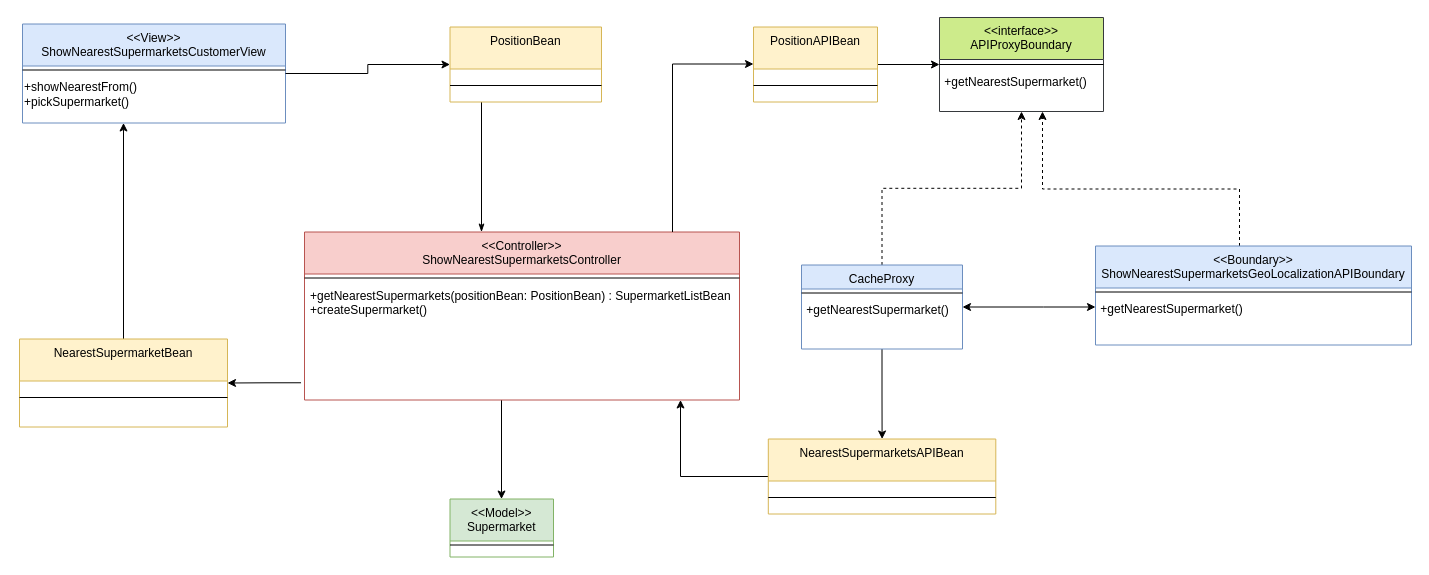
The draw.io diagram docx&pdf/ClassDiagram_BCE/DESIGN_ShowNearestSupermarket.drawio in FredHats99/HealthyCart, before the edit. Source tidied: cells renumbered, new cells numbered last; positions are measured from the earlier drawing's top-left corner, leaving out a move shared by most shapes. Both pictures are drawn from the tidied source at 100%, with x=0, y=0 at pixel (19, 17).
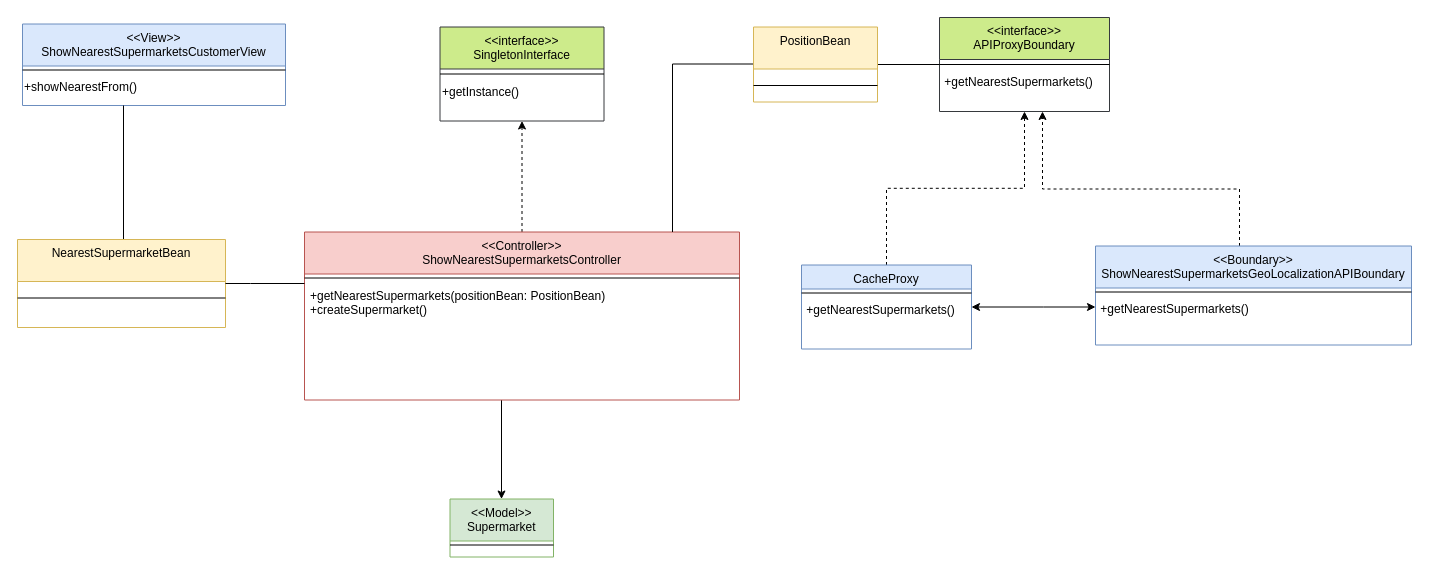
The same diagram, later.

The change refers to these unchanged cells:
```xml
<mxCell id="5" value="&lt;&lt;Controller&gt;&gt;&#10;ShowNearestSupermarketsController&#10;" style="swimlane;fontStyle=0;align=center;verticalAlign=top;horizontal=1;startSize=42;rounded=0;shadow=0;strokeWidth=1;fillColor=#f8cecc;strokeColor=#b85450;" parent="1" vertex="1">
  <mxGeometry x="285" y="214.5" width="435" height="168" as="geometry" />
</mxCell>
<mxCell id="12" value="&lt;&lt;Boundary&gt;&gt;&#10;ShowNearestSupermarketsGeoLocalizationAPIBoundary" style="swimlane;fontStyle=0;align=center;verticalAlign=top;horizontal=1;startSize=42;rounded=0;shadow=0;strokeWidth=1;fillColor=#dae8fc;strokeColor=#6c8ebf;" parent="1" vertex="1">
  <mxGeometry x="1076" y="228.5" width="316" height="99" as="geometry" />
</mxCell>
```

Diff of the diagram source:
```diff
@@
+    <mxCell id="39" style="edgeStyle=orthogonalEdgeStyle;rounded=0;jettySize=auto;html=1;dashed=1;" parent="1" edge="1" source="5" target="40">
+      <mxGeometry relative="1" as="geometry" />
+    </mxCell>
@@
-    <mxCell id="7" value="+getNearestSupermarkets(positionBean: PositionBean) : SupermarketListBean&#10;+createSupermarket()&#10;" style="text;align=left;verticalAlign=top;spacingLeft=4;spacingRight=4;overflow=hidden;points=[[0,0.5],[1,0.5]];portConstraint=eastwest;" parent="5" vertex="1">
+    <mxCell id="7" value="+getNearestSupermarkets(positionBean: PositionBean) &#10;+createSupermarket()&#10;" style="text;align=left;verticalAlign=top;spacingLeft=4;spacingRight=4;overflow=hidden;points=[[0,0.5],[1,0.5]];portConstraint=eastwest;" parent="5" vertex="1">
       <mxGeometry y="50" width="435" height="118" as="geometry" />
     </mxCell>
     <mxCell id="8" value="&lt;&lt;View&gt;&gt;&#10;ShowNearestSupermarketsCustomerView&#10;" style="swimlane;fontStyle=0;align=center;verticalAlign=top;horizontal=1;startSize=42;rounded=0;shadow=0;strokeWidth=1;fillColor=#dae8fc;strokeColor=#6c8ebf;" parent="1" vertex="1">
-      <mxGeometry x="3" y="6.5" width="263" height="99" as="geometry" />
+      <mxGeometry x="3" y="6.5" width="263" height="81.5" as="geometry" />
     </mxCell>
@@
-    <mxCell id="10" value="+showNearestFrom()&lt;br&gt;+pickSupermarket()" style="text;html=1;align=left;verticalAlign=middle;strokeColor=none;fillColor=none;" parent="8" vertex="1">
-      <mxGeometry y="50" width="263" height="41" as="geometry" />
+    <mxCell id="10" value="+showNearestFrom()" style="text;html=1;align=left;verticalAlign=middle;strokeColor=none;fillColor=none;" parent="8" vertex="1">
+      <mxGeometry y="50" width="263" height="26" as="geometry" />
     </mxCell>
@@
-    <mxCell id="14" value="&amp;nbsp;+getNearestSupermarket()" style="text;html=1;align=left;verticalAlign=middle;strokeColor=none;fillColor=none;" parent="12" vertex="1">
+    <mxCell id="14" value="&amp;nbsp;+getNearestSupermarkets()" style="text;html=1;align=left;verticalAlign=middle;strokeColor=none;fillColor=none;" parent="12" vertex="1">
       <mxGeometry y="50" width="316" height="26" as="geometry" />
     </mxCell>
-    <mxCell id="15" style="edgeStyle=orthogonalEdgeStyle;rounded=0;jettySize=auto;html=1;endArrow=classic;endFill=1;" parent="1" edge="1" source="16" target="8">
+    <mxCell id="15" style="edgeStyle=orthogonalEdgeStyle;rounded=0;jettySize=auto;html=1;endArrow=none;endFill=0;" parent="1" edge="1" source="16" target="8">
       <mxGeometry relative="1" as="geometry">
         <Array as="points">
           <mxPoint x="104" y="143.5" />
           <mxPoint x="104" y="143.5" />
         </Array>
       </mxGeometry>
     </mxCell>
     <mxCell id="16" value="NearestSupermarketBean" style="swimlane;fontStyle=0;align=center;verticalAlign=top;horizontal=1;startSize=42;rounded=0;shadow=0;strokeWidth=1;fillColor=#fff2cc;strokeColor=#d6b656;" parent="1" vertex="1">
-      <mxGeometry y="321.5" width="208" height="88" as="geometry" />
+      <mxGeometry x="-2" y="222" width="208" height="88" as="geometry" />
     </mxCell>
@@
-    <mxCell id="18" style="edgeStyle=orthogonalEdgeStyle;rounded=0;jettySize=auto;html=1;startArrow=none;startFill=0;exitX=-0.008;exitY=0.854;exitDx=0;exitDy=0;exitPerimeter=0;" parent="1" edge="1" source="7" target="16">
-      <mxGeometry relative="1" as="geometry" />
+    <mxCell id="18" style="edgeStyle=orthogonalEdgeStyle;rounded=0;jettySize=auto;html=1;startArrow=none;startFill=0;endArrow=none;endFill=0;" parent="1" edge="1" source="7" target="16">
+      <mxGeometry relative="1" as="geometry">
+        <Array as="points">
+          <mxPoint x="231" y="266" />
+          <mxPoint x="231" y="266" />
+        </Array>
+      </mxGeometry>
     </mxCell>
-    <mxCell id="19" style="edgeStyle=orthogonalEdgeStyle;rounded=0;jettySize=auto;html=1;startArrow=none;startFill=0;endArrow=classicThin;endFill=1;" parent="1" edge="1" source="20" target="5">
-      <mxGeometry relative="1" as="geometry">
-        <Array as="points">
-          <mxPoint x="462" y="188.5" />
-          <mxPoint x="462" y="188.5" />
-        </Array>
-      </mxGeometry>
-    </mxCell>
-    <mxCell id="20" value="PositionBean" style="swimlane;fontStyle=0;align=center;verticalAlign=top;horizontal=1;startSize=42;rounded=0;shadow=0;strokeWidth=1;fillColor=#fff2cc;strokeColor=#d6b656;" parent="1" vertex="1">
-      <mxGeometry x="430.5" y="9.5" width="151.5" height="75" as="geometry" />
-    </mxCell>
-    <mxCell id="21" style="line;html=1;strokeWidth=1;align=left;verticalAlign=middle;spacingTop=-1;spacingLeft=3;spacingRight=3;labelPosition=right;" parent="20" vertex="1">
-      <mxGeometry y="42" width="151.5" height="33" as="geometry" />
-    </mxCell>
-    <mxCell id="22" style="edgeStyle=orthogonalEdgeStyle;rounded=0;jettySize=auto;html=1;entryX=0;entryY=0.5;entryDx=0;entryDy=0;endArrow=classic;endFill=1;" parent="1" edge="1" source="8" target="20">
-      <mxGeometry relative="1" as="geometry" />
-    </mxCell>
     <mxCell id="23" value="&lt;&lt;interface&gt;&gt;&#10;APIProxyBoundary" style="swimlane;fontStyle=0;align=center;verticalAlign=top;horizontal=1;startSize=42;rounded=0;shadow=0;strokeWidth=1;fillColor=#cdeb8b;strokeColor=#36393d;" parent="1" vertex="1">
-      <mxGeometry x="920" width="164" height="94" as="geometry" />
+      <mxGeometry x="920" width="170" height="94" as="geometry" />
     </mxCell>
     <mxCell id="24" style="line;html=1;strokeWidth=1;align=left;verticalAlign=middle;spacingTop=-1;spacingLeft=3;spacingRight=3;labelPosition=right;" parent="23" vertex="1">
-      <mxGeometry y="42" width="164" height="10" as="geometry" />
+      <mxGeometry y="42" width="170" height="10" as="geometry" />
     </mxCell>
-    <mxCell id="25" value="&amp;nbsp;+getNearestSupermarket()" style="text;html=1;align=left;verticalAlign=middle;strokeColor=none;fillColor=none;" parent="23" vertex="1">
-      <mxGeometry y="52" width="164" height="26" as="geometry" />
+    <mxCell id="25" value="&amp;nbsp;+getNearestSupermarkets()" style="text;html=1;align=left;verticalAlign=middle;strokeColor=none;fillColor=none;" parent="23" vertex="1">
+      <mxGeometry y="52" width="170" height="26" as="geometry" />
     </mxCell>
@@
-    <mxCell id="27" style="edgeStyle=orthogonalEdgeStyle;rounded=0;jettySize=auto;html=1;startArrow=none;startFill=0;endArrow=classic;endFill=1;" parent="1" edge="1" source="28" target="37">
-      <mxGeometry relative="1" as="geometry" />
-    </mxCell>
     <mxCell id="28" value="CacheProxy" style="swimlane;fontStyle=0;align=center;verticalAlign=top;horizontal=1;startSize=24;rounded=0;shadow=0;strokeWidth=1;fillColor=#dae8fc;strokeColor=#6c8ebf;" parent="1" vertex="1">
-      <mxGeometry x="782" y="247.5" width="161" height="84" as="geometry" />
+      <mxGeometry x="782" y="247.5" width="170" height="84" as="geometry" />
     </mxCell>
     <mxCell id="29" style="line;html=1;strokeWidth=1;align=left;verticalAlign=middle;spacingTop=-1;spacingLeft=3;spacingRight=3;labelPosition=right;" parent="28" vertex="1">
-      <mxGeometry y="24" width="161" height="8" as="geometry" />
+      <mxGeometry y="24" width="170" height="8" as="geometry" />
     </mxCell>
-    <mxCell id="30" value="&amp;nbsp;+getNearestSupermarket()" style="text;html=1;align=left;verticalAlign=middle;strokeColor=none;fillColor=none;" parent="28" vertex="1">
-      <mxGeometry y="32" width="161" height="26" as="geometry" />
+    <mxCell id="30" value="&amp;nbsp;+getNearestSupermarkets()" style="text;html=1;align=left;verticalAlign=middle;strokeColor=none;fillColor=none;" parent="28" vertex="1">
+      <mxGeometry y="32" width="170" height="26" as="geometry" />
     </mxCell>
@@
-    <mxCell id="32" style="edgeStyle=orthogonalEdgeStyle;rounded=0;jettySize=auto;html=1;" parent="1" edge="1" source="5" target="34">
+    <mxCell id="32" style="edgeStyle=orthogonalEdgeStyle;rounded=0;jettySize=auto;html=1;endArrow=none;endFill=0;" parent="1" edge="1" source="5" target="34">
       <mxGeometry relative="1" as="geometry">
         <Array as="points">
           <mxPoint x="653" y="46.5" />
           <mxPoint x="748" y="46.5" />
         </Array>
       </mxGeometry>
     </mxCell>
-    <mxCell id="33" style="edgeStyle=orthogonalEdgeStyle;rounded=0;jettySize=auto;html=1;startArrow=none;startFill=0;endArrow=classic;endFill=1;" parent="1" edge="1" source="34" target="23">
+    <mxCell id="33" style="edgeStyle=orthogonalEdgeStyle;rounded=0;jettySize=auto;html=1;startArrow=none;startFill=0;endArrow=none;endFill=0;" parent="1" edge="1" source="34" target="23">
       <mxGeometry relative="1" as="geometry" />
     </mxCell>
-    <mxCell id="34" value="PositionAPIBean" style="swimlane;fontStyle=0;align=center;verticalAlign=top;horizontal=1;startSize=42;rounded=0;shadow=0;strokeWidth=1;fillColor=#fff2cc;strokeColor=#d6b656;" parent="1" vertex="1">
+    <mxCell id="34" value="PositionBean" style="swimlane;fontStyle=0;align=center;verticalAlign=top;horizontal=1;startSize=42;rounded=0;shadow=0;strokeWidth=1;fillColor=#fff2cc;strokeColor=#d6b656;" parent="1" vertex="1">
       <mxGeometry x="734" y="9.5" width="124" height="75" as="geometry" />
     </mxCell>
@@
-    <mxCell id="36" style="edgeStyle=orthogonalEdgeStyle;rounded=0;jettySize=auto;html=1;startArrow=none;startFill=0;endArrow=classic;endFill=1;" parent="1" edge="1" source="37" target="5">
-      <mxGeometry relative="1" as="geometry">
-        <Array as="points">
-          <mxPoint x="661" y="458.5" />
-        </Array>
-      </mxGeometry>
-    </mxCell>
-    <mxCell id="37" value="NearestSupermarketsAPIBean" style="swimlane;fontStyle=0;align=center;verticalAlign=top;horizontal=1;startSize=42;rounded=0;shadow=0;strokeWidth=1;fillColor=#fff2cc;strokeColor=#d6b656;" parent="1" vertex="1">
-      <mxGeometry x="748.8" y="421.5" width="227.5" height="75" as="geometry" />
-    </mxCell>
-    <mxCell id="38" style="line;html=1;strokeWidth=1;align=left;verticalAlign=middle;spacingTop=-1;spacingLeft=3;spacingRight=3;labelPosition=right;" parent="37" vertex="1">
-      <mxGeometry y="42" width="227.5" height="33" as="geometry" />
-    </mxCell>
+    <mxCell id="40" value="&lt;&lt;interface&gt;&gt;&#10;SingletonInterface" style="swimlane;fontStyle=0;align=center;verticalAlign=top;horizontal=1;startSize=42;rounded=0;shadow=0;strokeWidth=1;fillColor=#cdeb8b;strokeColor=#36393d;" parent="1" vertex="1">
+      <mxGeometry x="420.5" y="9.5" width="164" height="94" as="geometry" />
+    </mxCell>
+    <mxCell id="41" style="line;html=1;strokeWidth=1;align=left;verticalAlign=middle;spacingTop=-1;spacingLeft=3;spacingRight=3;labelPosition=right;" parent="40" vertex="1">
+      <mxGeometry y="42" width="164" height="10" as="geometry" />
+    </mxCell>
+    <mxCell id="42" value="+getInstance()" style="text;html=1;align=left;verticalAlign=middle;strokeColor=none;fillColor=none;" parent="40" vertex="1">
+      <mxGeometry y="52" width="164" height="26" as="geometry" />
+    </mxCell>
```
